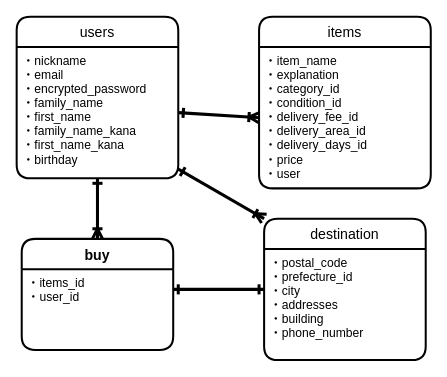
Above: furima.dio in akirausui19871117/furima-33829 (draw.io), before the change. Source tidied: cells renumbered, new cells numbered last; positions are measured from the earlier drawing's top-left corner, leaving out a move shared by most shapes. Both pictures are drawn from the tidied source at 101%, with x=0, y=0 at pixel (16, 16).
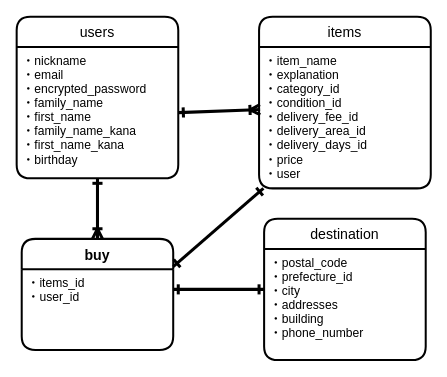
The same diagram, later.

The edit, as a diff of the source:
```diff
@@
 <mxGraphModel>
   <root>
     <mxCell id="0" />
     <mxCell id="1" parent="0" />
     <mxCell id="2" value="users" style="swimlane;horizontal=1;startSize=30;rounded=1;fontSize=14;fontStyle=0;strokeWidth=2;shadow=0;dashed=0;align=center;" parent="1" vertex="1">
       <mxGeometry width="160" height="160" as="geometry" />
     </mxCell>
     <mxCell id="3" value="・nickname&#10;・email&#10;・encrypted_password&#10;・family_name&#10;・first_name &#10;・family_name_kana&#10;・first_name_kana&#10;・birthday" style="align=left;strokeColor=none;fillColor=none;spacingLeft=4;fontSize=12;verticalAlign=top;" parent="2" vertex="1">
       <mxGeometry y="30" width="160" height="130" as="geometry" />
     </mxCell>
     <mxCell id="4" value="items" style="swimlane;horizontal=1;startSize=30;rounded=1;fontSize=14;fontStyle=0;strokeWidth=2;shadow=0;dashed=0;align=center;" parent="1" vertex="1">
       <mxGeometry x="240" width="170" height="170" as="geometry" />
     </mxCell>
     <mxCell id="5" value="・item_name&#10;・explanation &#10;・category_id&#10;・condition_id&#10;・delivery_fee_id &#10;・delivery_area_id&#10;・delivery_days_id&#10;・price &#10;・user" style="align=left;strokeColor=none;fillColor=none;spacingLeft=4;fontSize=12;verticalAlign=top;" parent="4" vertex="1">
       <mxGeometry y="30" width="170" height="140" as="geometry" />
     </mxCell>
     <mxCell id="6" style="edgeStyle=none;jettySize=auto;html=1;exitX=0.5;exitY=0;exitDx=0;exitDy=0;entryX=0.5;entryY=1;entryDx=0;entryDy=0;startArrow=ERoneToMany;startFill=0;endArrow=ERone;endFill=0;strokeWidth=3;fontSize=10;" parent="1" edge="1" source="7" target="3">
       <mxGeometry relative="1" as="geometry" />
     </mxCell>
     <mxCell id="7" value="buy" style="swimlane;horizontal=1;startSize=30;rounded=1;fontSize=14;fontStyle=1;strokeWidth=2;shadow=0;dashed=0;align=center;" parent="1" vertex="1">
       <mxGeometry x="5" y="220" width="150" height="110" as="geometry" />
     </mxCell>
     <mxCell id="8" value="・items_id&#10;・user_id&#10;" style="align=left;strokeColor=none;fillColor=none;spacingLeft=4;fontSize=12;verticalAlign=top;" parent="7" vertex="1">
       <mxGeometry y="30" width="150" height="80" as="geometry" />
     </mxCell>
-    <mxCell id="9" style="edgeStyle=none;jettySize=auto;html=1;exitX=0;exitY=0;exitDx=0;exitDy=0;entryX=1;entryY=0.93;entryDx=0;entryDy=0;entryPerimeter=0;startArrow=ERoneToMany;startFill=0;endArrow=ERone;endFill=0;strokeWidth=3;fontSize=10;" parent="1" edge="1" source="11" target="3">
-      <mxGeometry relative="1" as="geometry" />
-    </mxCell>
-    <mxCell id="10" style="edgeStyle=none;jettySize=auto;html=1;exitX=0;exitY=0.5;exitDx=0;exitDy=0;entryX=1;entryY=0.25;entryDx=0;entryDy=0;startArrow=ERone;startFill=0;endArrow=ERone;endFill=0;strokeWidth=3;fontSize=10;" parent="1" edge="1" source="11" target="8">
+    <mxCell id="10" style="edgeStyle=none;jettySize=auto;html=1;exitX=0;exitY=0.5;exitDx=0;exitDy=0;entryX=1;entryY=0.25;entryDx=0;entryDy=0;startArrow=ERone;startFill=0;endArrow=ERone;endFill=0;strokeWidth=3;fontSize=10;fontStyle=0;" parent="1" edge="1" source="11" target="8">
       <mxGeometry relative="1" as="geometry" />
     </mxCell>
     <mxCell id="11" value="destination" style="swimlane;horizontal=1;startSize=30;rounded=1;fontSize=14;fontStyle=0;strokeWidth=2;shadow=0;dashed=0;align=center;" parent="1" vertex="1">
       <mxGeometry x="245" y="200" width="160" height="140" as="geometry" />
     </mxCell>
     <mxCell id="12" value="・postal_code&#10;・prefecture_id&#10;・city&#10;・addresses&#10;・building&#10;・phone_number&#10;" style="align=left;strokeColor=none;fillColor=none;spacingLeft=4;fontSize=12;verticalAlign=top;fontStyle=0;" parent="11" vertex="1">
       <mxGeometry y="30" width="160" height="110" as="geometry" />
     </mxCell>
-    <mxCell id="13" style="edgeStyle=none;jettySize=auto;html=1;exitX=0;exitY=0.5;exitDx=0;exitDy=0;entryX=1;entryY=0.5;entryDx=0;entryDy=0;startArrow=ERoneToMany;startFill=0;endArrow=ERone;endFill=0;strokeWidth=3;fontSize=10;" parent="1" edge="1" source="5" target="3">
+    <mxCell id="13" style="edgeStyle=none;jettySize=auto;html=1;exitX=0.006;exitY=0.443;exitDx=0;exitDy=0;entryX=1;entryY=0.5;entryDx=0;entryDy=0;startArrow=ERoneToMany;startFill=0;endArrow=ERone;endFill=0;strokeWidth=3;fontSize=10;exitPerimeter=0;" parent="1" edge="1" source="5" target="3">
       <mxGeometry relative="1" as="geometry" />
     </mxCell>
+    <mxCell id="14" style="edgeStyle=none;jettySize=auto;html=1;entryX=1;entryY=0.25;entryDx=0;entryDy=0;startArrow=ERone;startFill=0;endArrow=ERone;endFill=0;strokeWidth=3;fontSize=10;fontStyle=0;" parent="1" edge="1" source="5" target="7">
+      <mxGeometry relative="1" as="geometry" />
+    </mxCell>
   </root>
 </mxGraphModel>
```
